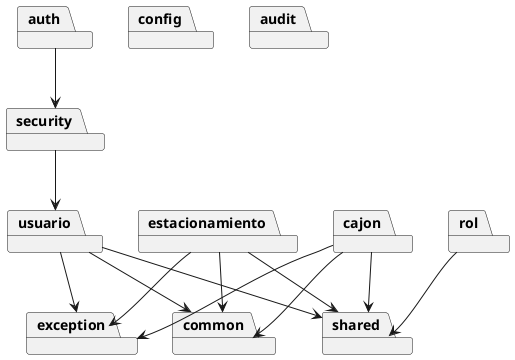
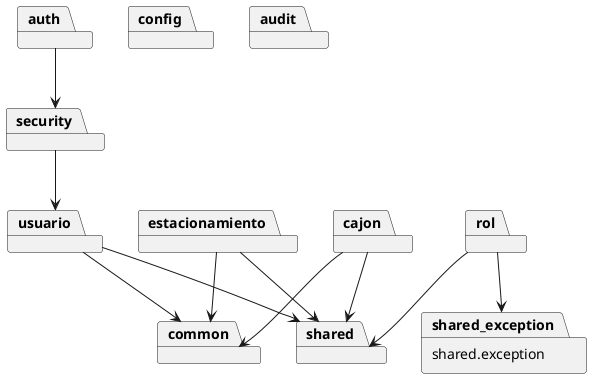
@startuml

package auth
package usuario
package rol
package estacionamiento
package cajon
package security
package common
- package exception
+ package "shared.exception" as shared_exception
package config
package audit
package shared

auth --> security

usuario --> common
estacionamiento --> common
cajon --> common

- usuario --> exception
- estacionamiento --> exception
- cajon --> exception
+ rol --> shared_exception

security --> usuario

usuario --> shared
estacionamiento --> shared
cajon --> shared
rol --> shared

@enduml

/* Creacion de packages guia para cuando los haga

src/main/java/com/parkio
│
├── auth
│   ├── controller
│   ├── service
│   ├── dto
│   └── mapper
│
├── usuario
│   ├── controller
│   ├── service
│   ├── repository
│   ├── entity
│   ├── dto
│   └── mapper
│
├── rol
+ │   ├── controller
+ │   ├── dto
+ │   ├── entity
+ │   ├── mapper
│   ├── repository
- │   └── entity
+ │   └── service
│
├── estacionamiento
│   ├── controller
│   ├── service
│   ├── repository
│   ├── entity
│   ├── dto
│   └── mapper
│
├── cajon
│   ├── controller
│   ├── service
│   ├── repository
│   ├── entity
│   ├── dto
│   └── mapper
│
├── security
│   ├── filter
│   ├── service
│   └── config
│
├── common
│   ├── dto
│   ├── mapper
│   ├── constants
│   └── util
│
- ├── exception
+ ├── shared
+ │   ├── entity
+ │   └── exception
│
├── config
│
└── audit

- */+ */
